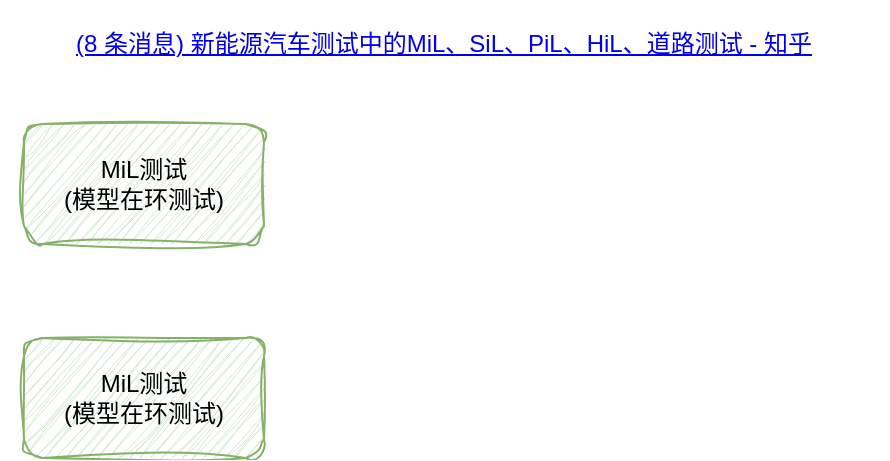
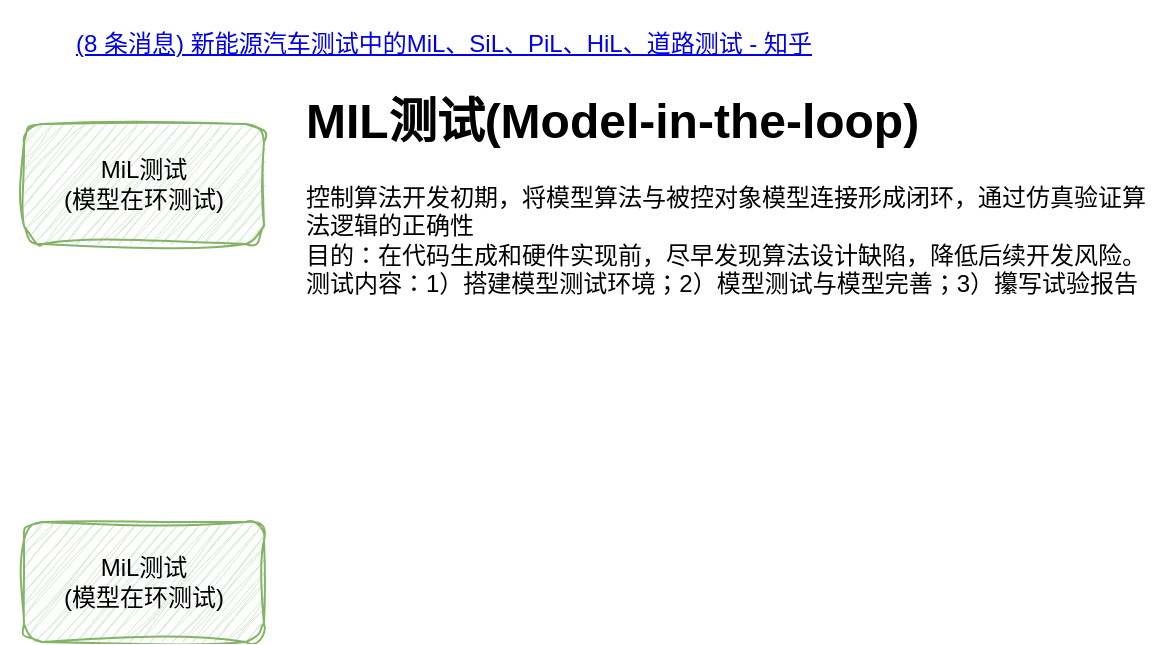
<mxfile host="app.diagrams.net">
  <diagram name="第 1 页" id="SPJzrtFJ2h2y-7jRp7m4">
    <mxGraphModel dx="754" dy="1139" grid="0" gridSize="10" guides="1" tooltips="1" connect="1" arrows="1" fold="1" page="1" pageScale="1" pageWidth="827" pageHeight="1169" math="0" shadow="0">
      <root>
        <mxCell id="0" />
        <mxCell id="1" parent="0" />
        <mxCell id="mNEA2bSVfQqrhph_DYo6-2" parent="1" style="rounded=1;whiteSpace=wrap;html=1;sketch=1;curveFitting=1;jiggle=2;fillColor=#d5e8d4;strokeColor=#82b366;" value="MiL测试&lt;div&gt;(模型在环测试)&lt;/div&gt;" vertex="1">
          <mxGeometry height="60" width="120" x="41" y="240" as="geometry" />
        </mxCell>
        <mxCell id="mNEA2bSVfQqrhph_DYo6-3" parent="1" style="rounded=1;whiteSpace=wrap;html=1;sketch=1;curveFitting=1;jiggle=2;fillColor=#d5e8d4;strokeColor=#82b366;" value="MiL测试&lt;div&gt;(模型在环测试)&lt;/div&gt;" vertex="1">
-           <mxGeometry height="60" width="120" x="41" y="347" as="geometry" />
+           <mxGeometry height="60" width="120" x="41" y="439" as="geometry" />
        </mxCell>
        <UserObject label="&#xa;&lt;a href=&quot;https://zhuanlan.zhihu.com/p/1903753229029839860&quot;&gt;(8 条消息) 新能源汽车测试中的MiL、SiL、PiL、HiL、道路测试 - 知乎&lt;/a&gt;&#xa;&#xa;" link="&#xa;&lt;a href=&quot;https://zhuanlan.zhihu.com/p/1903753229029839860&quot;&gt;(8 条消息) 新能源汽车测试中的MiL、SiL、PiL、HiL、道路测试 - 知乎&lt;/a&gt;&#xa;&#xa;" id="-b37v0VHe5EqFnSivpbF-1">
          <mxCell parent="1" style="text;html=1;whiteSpace=wrap;strokeColor=none;fillColor=none;align=center;verticalAlign=middle;rounded=0;fontFamily=Helvetica;fontSize=12;fontColor=default;" vertex="1">
            <mxGeometry height="6" width="444" x="29" y="204" as="geometry" />
          </mxCell>
        </UserObject>
+         <mxCell id="-b37v0VHe5EqFnSivpbF-7" parent="1" style="text;html=1;whiteSpace=wrap;overflow=hidden;rounded=0;fontFamily=Helvetica;fontSize=12;fontColor=default;" value="&lt;h1 style=&quot;margin-top: 0px;&quot;&gt;MIL测试(Model-in-the-loop)&lt;br&gt;&lt;/h1&gt;&lt;div&gt;控制算法开发初期，将模型算法与被控对象模型连接形成闭环，通过仿真验证算法逻辑的正确性&lt;/div&gt;&lt;div&gt;目的：在代码生成和硬件实现前，尽早发现算法设计缺陷，降低后续开发风险。&lt;/div&gt;&lt;div&gt;测试内容：1）搭建模型测试环境；2）模型测试与模型完善；3）攥写试验报告&lt;/div&gt;&lt;div&gt;测试流程：&lt;/div&gt;&lt;div&gt;1）定义测试用例：覆盖正常工况、边界条件、异常输入（如传感器失效）&lt;/div&gt;&lt;div&gt;2）运行闭环仿真：输入测试激励，观察算法输出与被控对象的动态响应&lt;br&gt;&lt;/div&gt;&lt;div&gt;3）对比预期结果：验证逻辑是否符合需求（如转向角是否准确跟随指令）&lt;br&gt;&lt;/div&gt;&lt;div&gt;&lt;br&gt;&lt;/div&gt;" vertex="1">
+           <mxGeometry height="105" width="424" x="180" y="217.5" as="geometry" />
+         </mxCell>
      </root>
    </mxGraphModel>
  </diagram>
</mxfile>
